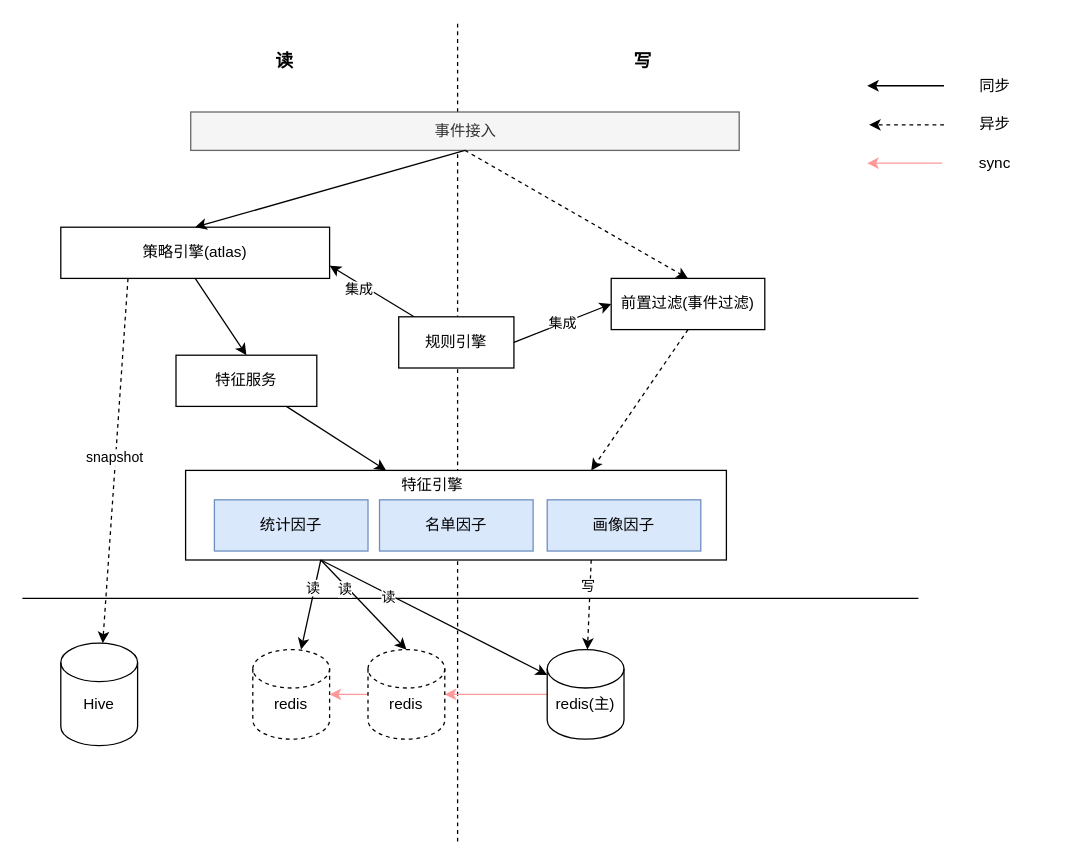
Earlier version of the draw.io diagram risk-platform/infra_asura.drawio (learn2Pro/draw_io_save). Source tidied: cells renumbered, new cells numbered last; positions are measured from the earlier drawing's top-left corner, leaving out a move shared by most shapes. Both pictures are drawn from the tidied source at 128%, with x=0, y=0 at pixel (22, 22).
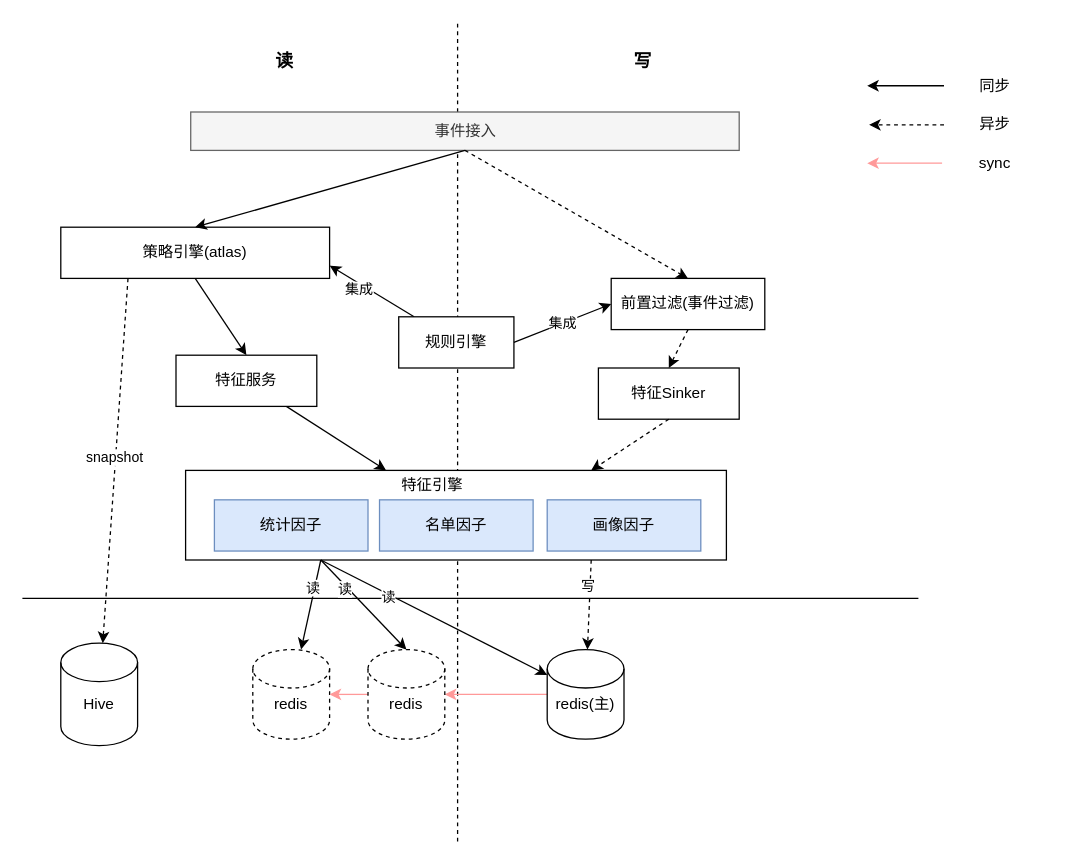
After the change.

The change refers to these unchanged cells:
```xml
<mxCell id="14" style="whiteSpace=wrap;html=1;rounded=0;" parent="1" vertex="1">
  <mxGeometry x="127.5" y="350" width="422.5" height="70" as="geometry" />
</mxCell>
<mxCell id="23" value="前置过滤(事件过滤)" style="rounded=0;whiteSpace=wrap;html=1;" parent="1" vertex="1">
  <mxGeometry x="460" y="200" width="120" height="40" as="geometry" />
</mxCell>
```

The edit, as a diff of the source:
```diff
@@
-    <mxCell id="25" style="endArrow=classic;html=1;exitX=0.5;exitY=1;exitDx=0;exitDy=0;entryX=0.75;entryY=0;entryDx=0;entryDy=0;dashed=1;" parent="1" edge="1" source="23" target="14">
+    <mxCell id="25" style="endArrow=classic;html=1;exitX=0.5;exitY=1;exitDx=0;exitDy=0;entryX=0.5;entryY=0;entryDx=0;entryDy=0;dashed=1;" parent="1" edge="1" source="23" target="49">
       <mxGeometry relative="1" as="geometry" />
     </mxCell>
@@
+    <mxCell id="49" value="特征Sinker" style="rounded=0;whiteSpace=wrap;html=1;" parent="1" vertex="1">
+      <mxGeometry x="450" y="270" width="110" height="40" as="geometry" />
+    </mxCell>
+    <mxCell id="50" style="endArrow=classic;html=1;exitX=0.5;exitY=1;exitDx=0;exitDy=0;entryX=0.75;entryY=0;entryDx=0;entryDy=0;dashed=1;" parent="1" edge="1" source="49" target="14">
+      <mxGeometry relative="1" as="geometry" />
+    </mxCell>
```
